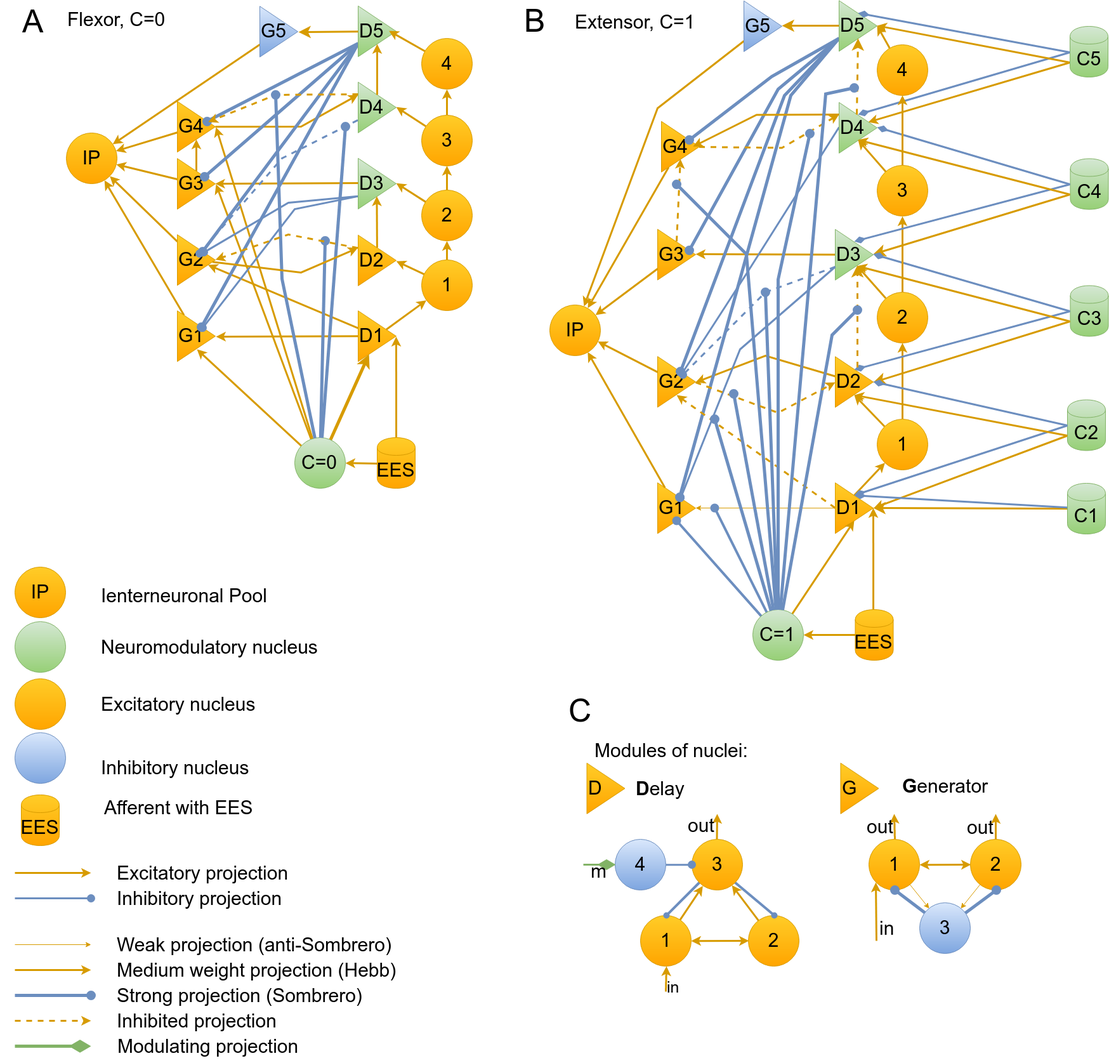
research-team/memristive-spinal-cord keeps this draw.io diagram as doc/diagram/cpg_generator_FE_paper.png. Above is the earlier version. Source tidied: cells renumbered, new cells last; positions are measured from the earlier drawing's top-left corner, leaving out a move shared by most shapes.
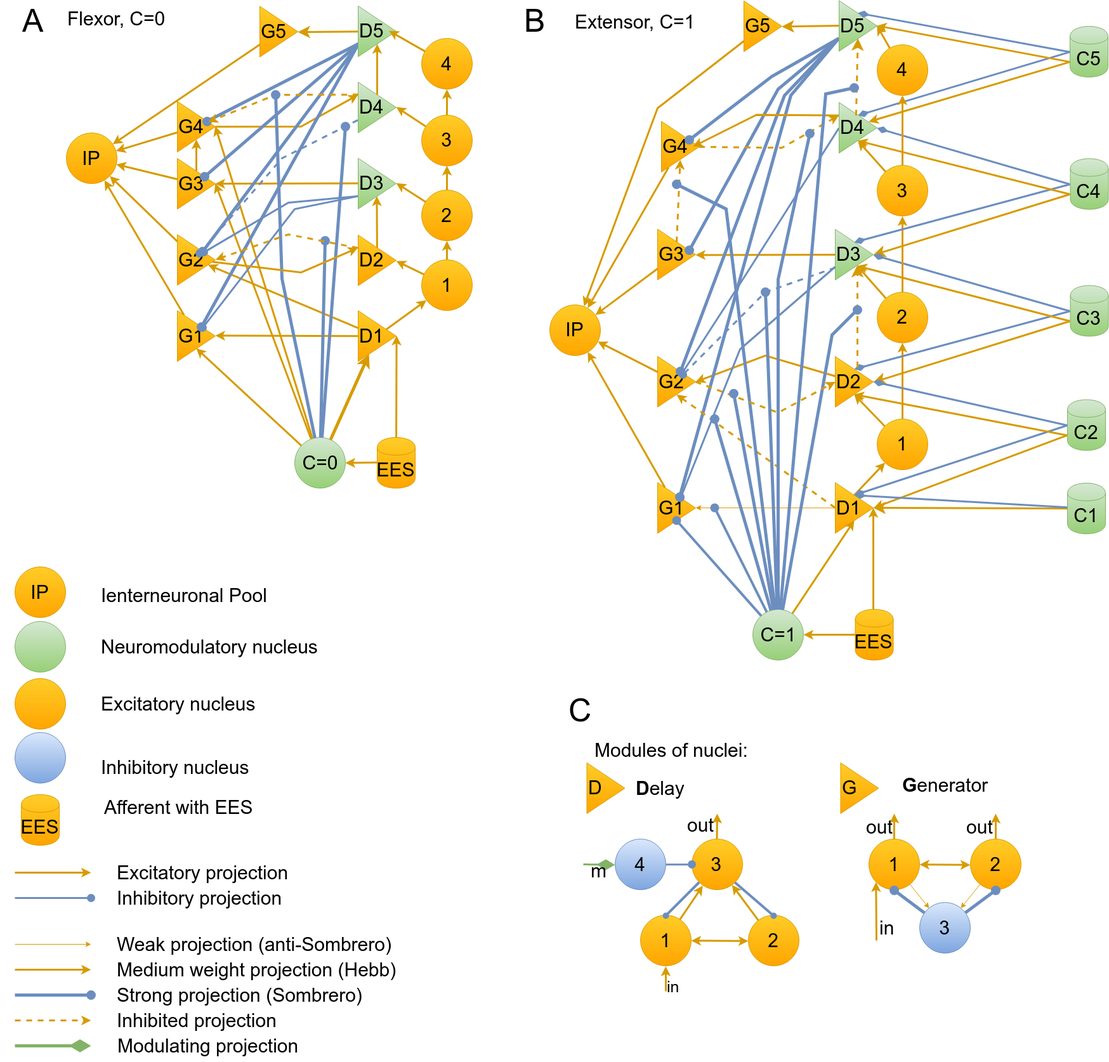
After the commit.

Commit message:
CPG: corrected color of G5

Diff of the diagram source:
```diff
@@ -328,7 +328,7 @@
     <mxCell id="95" style="edgeStyle=none;rounded=0;comic=0;html=1;shadow=0;labelBackgroundColor=none;startArrow=none;startFill=0;startSize=6;endArrow=oval;endFill=1;endSize=10;jettySize=auto;strokeColor=#6c8ebf;strokeWidth=5;fillColor=#dae8fc;gradientColor=#7ea6e0;fontSize=30;fontColor=#000000;align=left;exitX=0;exitY=0.75;" parent="65" edge="1" source="128" target="72">
       <mxGeometry relative="1" as="geometry" />
     </mxCell>
-    <mxCell id="96" value="G5" style="triangle;whiteSpace=wrap;html=1;rounded=0;shadow=0;glass=0;comic=0;labelBackgroundColor=none;strokeColor=#6c8ebf;strokeWidth=1;fillColor=#dae8fc;fontSize=30;fontColor=#000000;align=left;gradientColor=#7ea6e0;" parent="65" vertex="1">
+    <mxCell id="96" value="G5" style="triangle;whiteSpace=wrap;html=1;rounded=0;shadow=0;glass=0;comic=0;labelBackgroundColor=none;strokeColor=#d79b00;strokeWidth=1;fillColor=#ffcd28;fontSize=30;align=left;gradientColor=#ffa500;" parent="65" vertex="1">
       <mxGeometry x="386" y="9.4" width="60" height="80" as="geometry" />
     </mxCell>
     <mxCell id="97" style="edgeStyle=none;rounded=0;comic=0;html=1;shadow=0;labelBackgroundColor=none;startArrow=none;startFill=0;startSize=6;endArrow=classic;endFill=1;endSize=6;jettySize=auto;strokeColor=#d79b00;strokeWidth=3;fillColor=#ffcd28;gradientColor=#ffa500;fontSize=30;fontColor=#000000;align=left;" parent="65" edge="1" source="66" target="135">
@@ -443,7 +443,7 @@
         </Array>
       </mxGeometry>
     </mxCell>
-    <mxCell id="122" value="G5" style="triangle;whiteSpace=wrap;html=1;rounded=0;shadow=0;glass=0;comic=0;labelBackgroundColor=none;strokeColor=#6c8ebf;strokeWidth=1;fillColor=#dae8fc;fontSize=30;fontColor=#000000;align=left;gradientColor=#7ea6e0;" parent="65" vertex="1">
+    <mxCell id="122" value="G5" style="triangle;whiteSpace=wrap;html=1;rounded=0;shadow=0;glass=0;comic=0;labelBackgroundColor=none;strokeColor=#d79b00;strokeWidth=1;fillColor=#ffcd28;fontSize=30;align=left;gradientColor=#ffa500;" parent="65" vertex="1">
       <mxGeometry x="1149" y="0.9" width="60" height="80" as="geometry" />
     </mxCell>
     <mxCell id="123" value="Flexor, C=0" style="text;html=1;align=left;verticalAlign=top;spacingTop=-4;fontSize=30;fontColor=#000000;" parent="65" vertex="1">
@@ -679,7 +679,7 @@
       <mxGeometry relative="1" as="geometry">
         <mxPoint x="1043" y="290" as="targetPoint" />
         <Array as="points">
-          <mxPoint x="1153" y="400" />
+          <mxPoint x="1121" y="329" />
         </Array>
       </mxGeometry>
     </mxCell>
```
